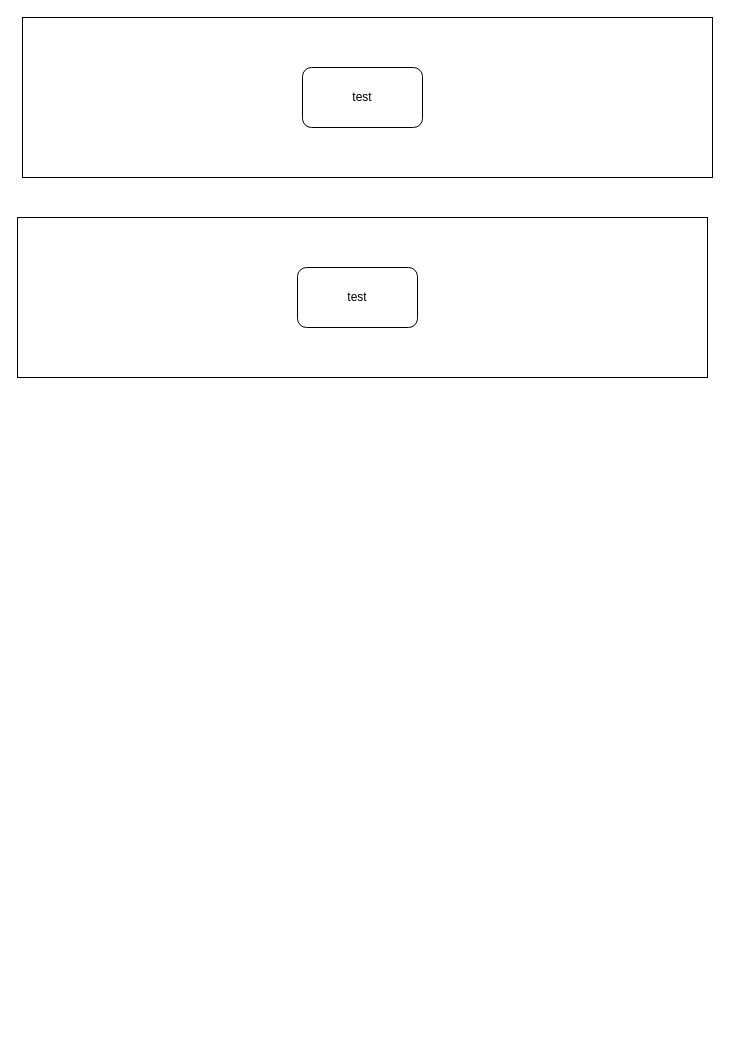
Above: diagrams/parking-hub.drawio in LucasJunio/draw.io (draw.io), before the change. Source tidied: cells renumbered, new cells numbered last; positions are measured from the earlier drawing's top-left corner, leaving out a move shared by most shapes. Both pictures are drawn from the tidied source at 100%, with x=0, y=0 at pixel (17, 17).
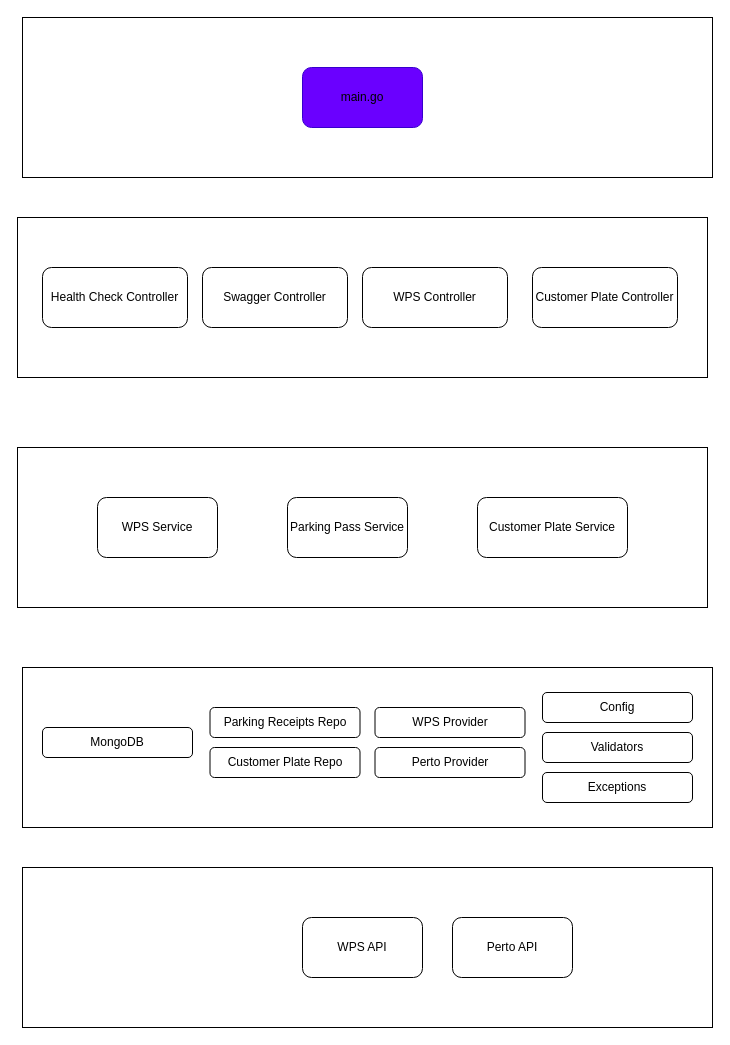
The same page after the edit.

Commit message:
criação das camadas

What changed in the source:
```diff
@@
-    <mxCell id="3" value="test" style="rounded=1;whiteSpace=wrap;html=1;" parent="1" vertex="1">
+    <mxCell id="3" value="&lt;font style=&quot;color: light-dark(rgb(0, 0, 0), rgb(255, 255, 255));&quot;&gt;main.go&lt;/font&gt;" style="rounded=1;whiteSpace=wrap;html=1;fillColor=light-dark(#6A00FF,#7F00FF);fontColor=#ffffff;strokeColor=#3700CC;" parent="1" vertex="1">
       <mxGeometry x="285" y="50" width="120" height="60" as="geometry" />
     </mxCell>
@@
-    <mxCell id="5" value="test" style="rounded=1;whiteSpace=wrap;html=1;" parent="1" vertex="1">
-      <mxGeometry x="280" y="250" width="120" height="60" as="geometry" />
+    <mxCell id="5" value="Health Check Controller" style="rounded=1;whiteSpace=wrap;html=1;" parent="1" vertex="1">
+      <mxGeometry x="25" y="250" width="145" height="60" as="geometry" />
     </mxCell>
+    <mxCell id="6" style="rounded=0;whiteSpace=wrap;html=1;" parent="1" vertex="1">
+      <mxGeometry y="430" width="690" height="160" as="geometry" />
+    </mxCell>
+    <mxCell id="7" value="WPS Service" style="rounded=1;whiteSpace=wrap;html=1;" parent="1" vertex="1">
+      <mxGeometry x="80" y="480" width="120" height="60" as="geometry" />
+    </mxCell>
+    <mxCell id="8" style="rounded=0;whiteSpace=wrap;html=1;" parent="1" vertex="1">
+      <mxGeometry x="5" y="650" width="690" height="160" as="geometry" />
+    </mxCell>
+    <mxCell id="9" value="Parking Receipts Repo" style="rounded=1;whiteSpace=wrap;html=1;" parent="1" vertex="1">
+      <mxGeometry x="192.5" y="690" width="150" height="30" as="geometry" />
+    </mxCell>
+    <mxCell id="10" style="rounded=0;whiteSpace=wrap;html=1;" parent="1" vertex="1">
+      <mxGeometry x="5" y="850" width="690" height="160" as="geometry" />
+    </mxCell>
+    <mxCell id="11" value="WPS API" style="rounded=1;whiteSpace=wrap;html=1;" parent="1" vertex="1">
+      <mxGeometry x="285" y="900" width="120" height="60" as="geometry" />
+    </mxCell>
+    <mxCell id="12" value="Swagger Controller" style="rounded=1;whiteSpace=wrap;html=1;" parent="1" vertex="1">
+      <mxGeometry x="185" y="250" width="145" height="60" as="geometry" />
+    </mxCell>
+    <mxCell id="13" value="WPS Controller" style="rounded=1;whiteSpace=wrap;html=1;" parent="1" vertex="1">
+      <mxGeometry x="345" y="250" width="145" height="60" as="geometry" />
+    </mxCell>
+    <mxCell id="14" value="Customer Plate Controller" style="rounded=1;whiteSpace=wrap;html=1;" parent="1" vertex="1">
+      <mxGeometry x="515" y="250" width="145" height="60" as="geometry" />
+    </mxCell>
+    <mxCell id="15" value="Customer Plate Service" style="rounded=1;whiteSpace=wrap;html=1;" parent="1" vertex="1">
+      <mxGeometry x="460" y="480" width="150" height="60" as="geometry" />
+    </mxCell>
+    <mxCell id="16" value="Parking Pass Service" style="rounded=1;whiteSpace=wrap;html=1;" parent="1" vertex="1">
+      <mxGeometry x="270" y="480" width="120" height="60" as="geometry" />
+    </mxCell>
+    <mxCell id="17" value="Customer Plate Repo" style="rounded=1;whiteSpace=wrap;html=1;" parent="1" vertex="1">
+      <mxGeometry x="192.5" y="730" width="150" height="30" as="geometry" />
+    </mxCell>
+    <mxCell id="18" value="WPS Provider" style="rounded=1;whiteSpace=wrap;html=1;" parent="1" vertex="1">
+      <mxGeometry x="357.5" y="690" width="150" height="30" as="geometry" />
+    </mxCell>
+    <mxCell id="19" value="Perto Provider" style="rounded=1;whiteSpace=wrap;html=1;" parent="1" vertex="1">
+      <mxGeometry x="357.5" y="730" width="150" height="30" as="geometry" />
+    </mxCell>
+    <mxCell id="20" value="MongoDB" style="rounded=1;whiteSpace=wrap;html=1;" parent="1" vertex="1">
+      <mxGeometry x="25" y="710" width="150" height="30" as="geometry" />
+    </mxCell>
+    <mxCell id="21" value="Config" style="rounded=1;whiteSpace=wrap;html=1;" parent="1" vertex="1">
+      <mxGeometry x="525" y="675" width="150" height="30" as="geometry" />
+    </mxCell>
+    <mxCell id="22" value="Validators" style="rounded=1;whiteSpace=wrap;html=1;" parent="1" vertex="1">
+      <mxGeometry x="525" y="715" width="150" height="30" as="geometry" />
+    </mxCell>
+    <mxCell id="23" value="Exceptions" style="rounded=1;whiteSpace=wrap;html=1;" parent="1" vertex="1">
+      <mxGeometry x="525" y="755" width="150" height="30" as="geometry" />
+    </mxCell>
+    <mxCell id="24" value="Perto API" style="rounded=1;whiteSpace=wrap;html=1;" parent="1" vertex="1">
+      <mxGeometry x="435" y="900" width="120" height="60" as="geometry" />
+    </mxCell>
```
